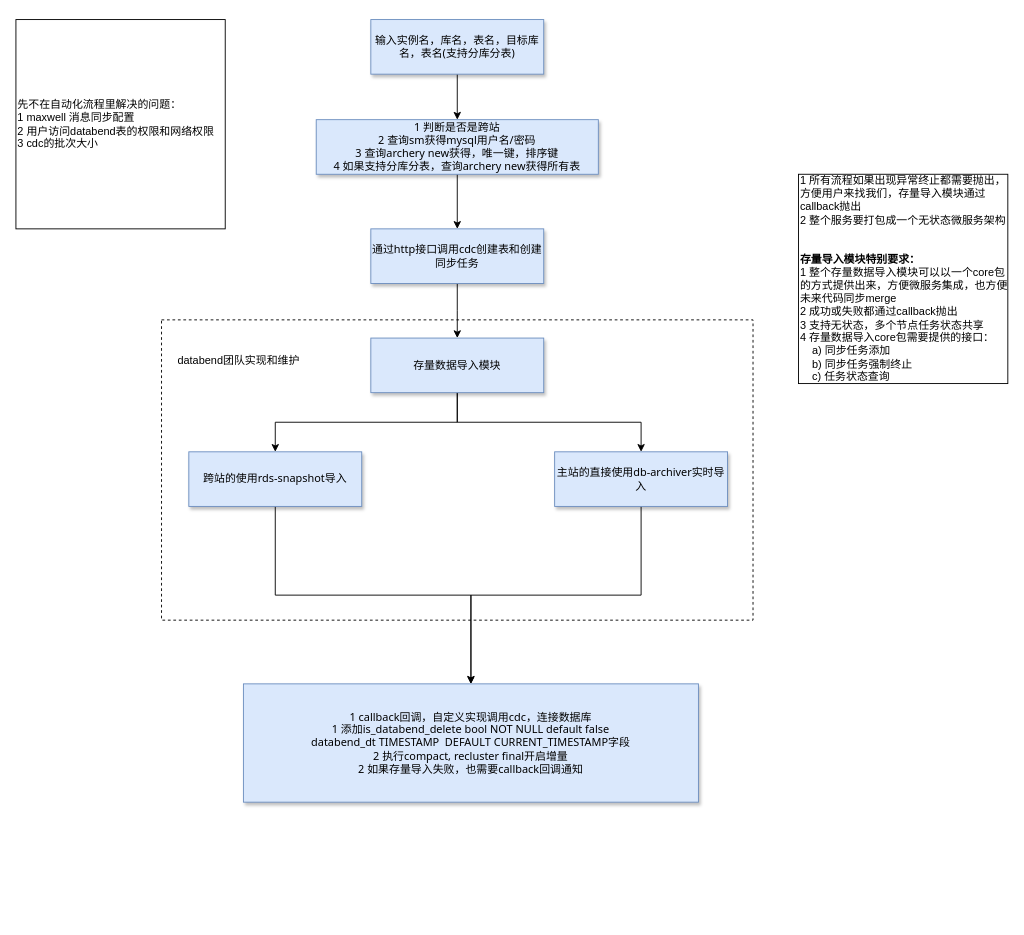
This is doc/databend自动化数据导入流程.drawio from jackjoesh/databend, a draw.io file, before an edit. Source tidied: cells renumbered, new cells numbered last; positions are measured from the earlier drawing's top-left corner, leaving out a move shared by most shapes. Both pictures are drawn from the tidied source at 91%, with x=0, y=0 at pixel (15, 19).
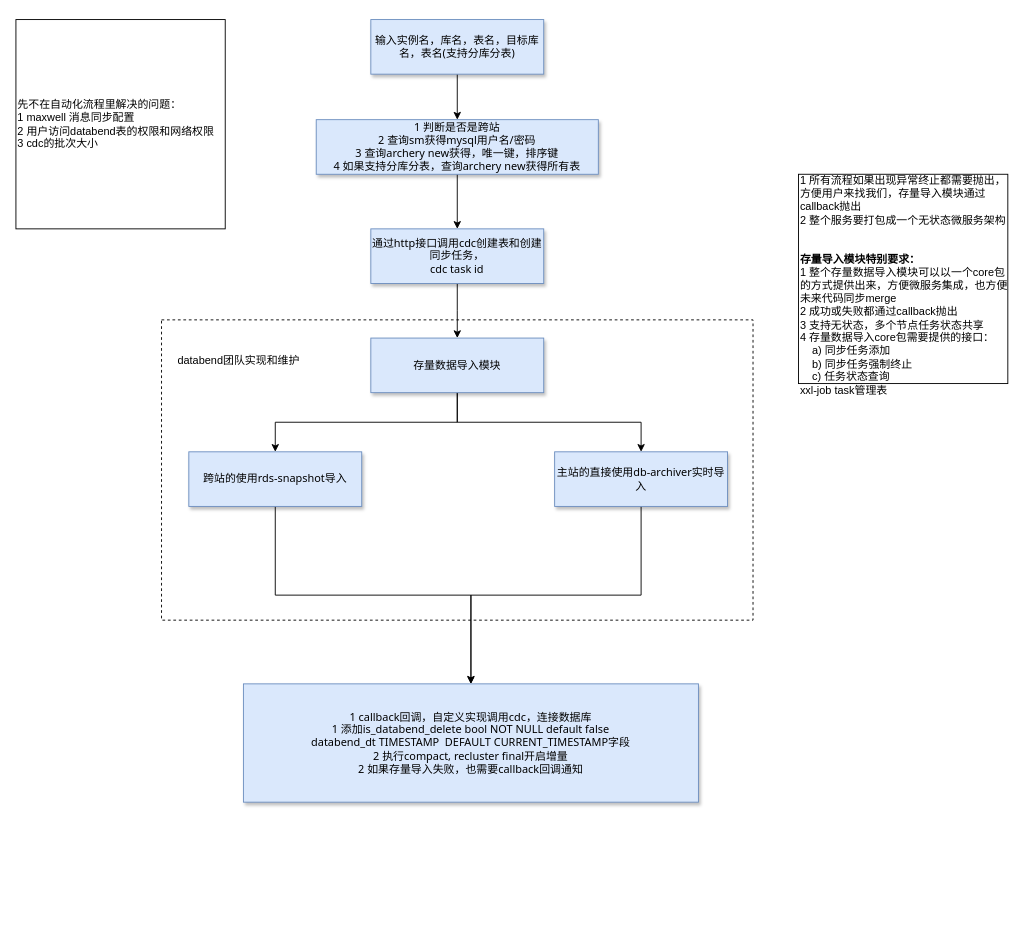
After the change.

Commit message:
更新databend自动化数据导入流程.drawio

The edit, as a diff of the source:
```diff
@@
-    <mxCell id="10" value="通过http接口调用cdc创建表和创建同步任务" style="rounded=0;whiteSpace=wrap;html=1;fillColor=#dae8fc;strokeColor=#6c8ebf;shadow=1;fontFamily=Tahoma;" parent="1" vertex="1">
+    <mxCell id="10" value="通过http接口调用cdc创建表和创建同步任务，&lt;div&gt;cdc task id&lt;/div&gt;" style="rounded=0;whiteSpace=wrap;html=1;fillColor=#dae8fc;strokeColor=#6c8ebf;shadow=1;fontFamily=Tahoma;" parent="1" vertex="1">
       <mxGeometry x="390" y="230" width="190" height="60" as="geometry" />
     </mxCell>
@@
-    <mxCell id="18" value="1 所有流程如果出现异常终止都需要抛出，方便用户来找我们，存量导入模块通过callback抛出&lt;br&gt;2 整个服务要打包成一个无状态微服务架构&lt;br&gt;&lt;br&gt;&lt;br&gt;&lt;b&gt;存量导入模块特别要求：&lt;br&gt;&lt;/b&gt;1 整个存量数据导入模块可以以一个core包的方式提供出来，方便微服务集成，也方便未来代码同步merge&lt;br&gt;2 成功或失败都通过callback抛出&lt;div&gt;3 支持无状态，多个节点任务状态共享&lt;br&gt;&lt;div&gt;4 存量数据导入core包需要提供的接口：&lt;/div&gt;&lt;div&gt;&amp;nbsp; &amp;nbsp; a) 同步任务添加&lt;br&gt;&amp;nbsp; &amp;nbsp; b) 同步任务强制终止&lt;br&gt;&amp;nbsp; &amp;nbsp; c) 任务状态查询&lt;/div&gt;&lt;/div&gt;" style="whiteSpace=wrap;html=1;align=left;" parent="1" vertex="1">
+    <mxCell id="18" value="&lt;div&gt;&lt;br&gt;&lt;/div&gt;&lt;div&gt;&lt;br&gt;&lt;/div&gt;1 所有流程如果出现异常终止都需要抛出，方便用户来找我们，存量导入模块通过callback抛出&lt;br&gt;2 整个服务要打包成一个无状态微服务架构&lt;br&gt;&lt;br&gt;&lt;br&gt;&lt;b&gt;存量导入模块特别要求：&lt;br&gt;&lt;/b&gt;1 整个存量数据导入模块可以以一个core包的方式提供出来，方便微服务集成，也方便未来代码同步merge&lt;br&gt;2 成功或失败都通过callback抛出&lt;div&gt;3 支持无状态，多个节点任务状态共享&lt;br&gt;&lt;div&gt;4 存量数据导入core包需要提供的接口：&lt;/div&gt;&lt;div&gt;&amp;nbsp; &amp;nbsp; a) 同步任务添加&lt;br&gt;&amp;nbsp; &amp;nbsp; b) 同步任务强制终止&lt;br&gt;&amp;nbsp; &amp;nbsp; c) 任务状态查询&lt;/div&gt;&lt;/div&gt;&lt;div&gt;xxl-job task管理表&lt;/div&gt;&lt;div&gt;&lt;br&gt;&lt;/div&gt;" style="whiteSpace=wrap;html=1;align=left;" parent="1" vertex="1">
       <mxGeometry x="860" y="170" width="230" height="230" as="geometry" />
     </mxCell>
```
